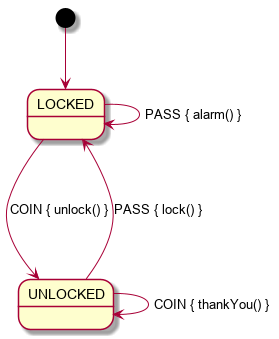
Above: src/doc/asciidoc/turnstile_fsm.png in open-jumpco/kfsm (PlantUML), before the change.
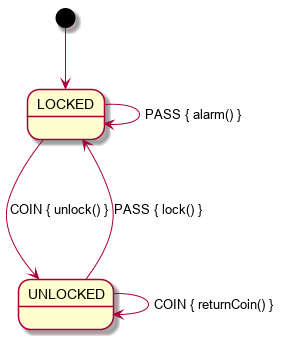
The same diagram one commit later.

Commit message:
improved diagrams

What changed in the source:
```diff
@@ -4,6 +4,6 @@
 LOCKED ---> UNLOCKED : COIN { unlock() }
 UNLOCKED ---> LOCKED : PASS { lock() }
 LOCKED ---> LOCKED : PASS { alarm() }
-UNLOCKED ---> UNLOCKED : COIN { thankYou() }
+UNLOCKED ---> UNLOCKED : COIN { returnCoin() }
 
 @enduml
```
